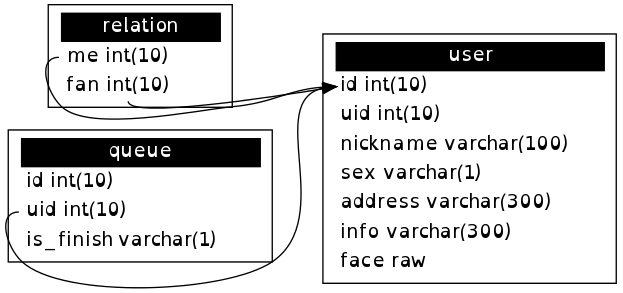
Before: weibo.png, a diagram exported from Graphviz (Lupino/weibo-relationship). Its source is kept beside it as weibo.dot.
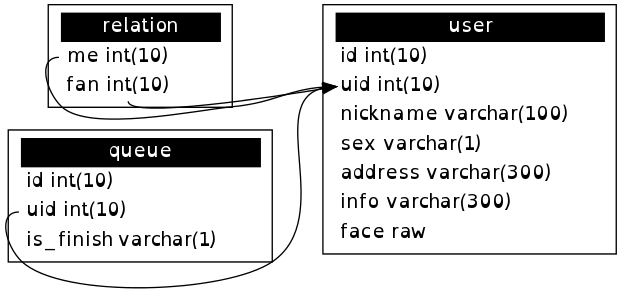
Later version of the same file.

Change to the diagram source:
```diff
@@ -29,9 +29,9 @@
             <tr><td align="left" port="is_finish">is_finish varchar(1)</td></tr>
             </table>>]
 
-        relation:me -> user:id
-        relation:fan -> user:id
-        queue:uid -> user:id
+        relation:me -> user:uid
+        relation:fan -> user:uid
+        queue:uid -> user:uid
     }
 
 }
```
